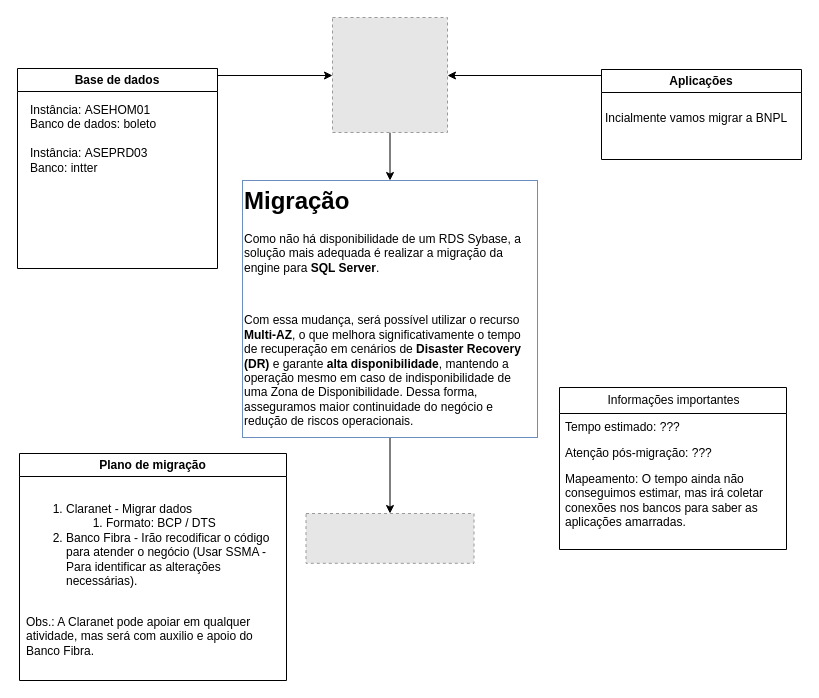
Earlier version of the draw.io diagram Icon/Migracao de banco de dados.drawio (caiohmorais/draw.io). Source tidied: cells renumbered, new cells numbered last; positions are measured from the earlier drawing's top-left corner, leaving out a move shared by most shapes. Both pictures are drawn from the tidied source at 100%, with x=0, y=0 at pixel (17, 17). Pictures stored in the file or linked from it are replaced by grey dashed boxes.
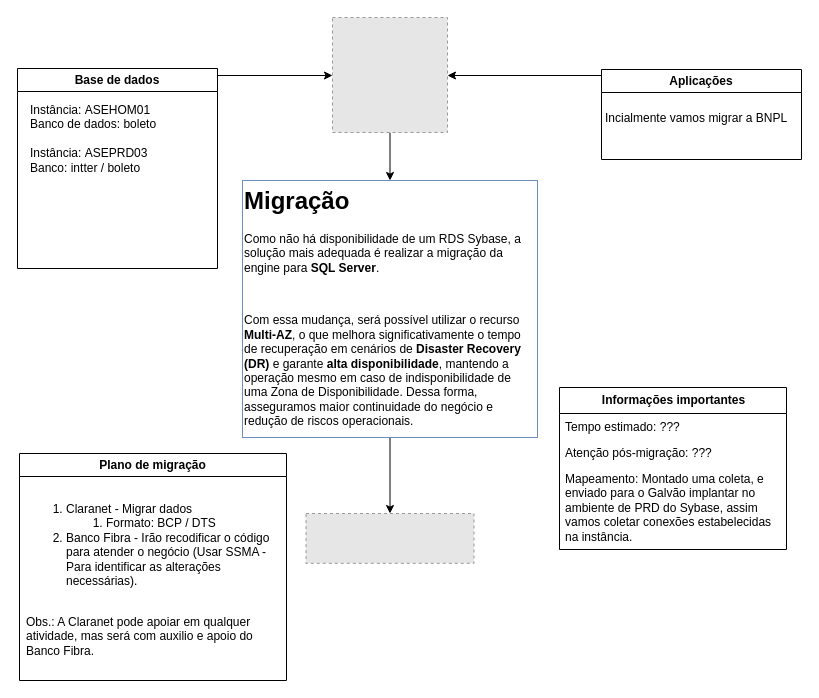
The same page after the edit.

Unchanged cells that the change refers to:
```xml
<mxCell id="5" value="Base de dados" style="swimlane;whiteSpace=wrap;html=1;" parent="1" vertex="1">
  <mxGeometry y="51" width="200" height="200" as="geometry" />
</mxCell>
```

Change to the diagram source:
```diff
@@
-    <mxCell id="6" value="Instância:&amp;nbsp;&lt;span&gt;ASEHOM01&amp;nbsp;&lt;br&gt;Banco de dados: boleto&lt;/span&gt;&lt;div&gt;&lt;br&gt;&lt;/div&gt;&lt;div&gt;Instância:&amp;nbsp;&lt;span style=&quot;background-color: transparent; color: light-dark(rgb(0, 0, 0), rgb(255, 255, 255));&quot;&gt;ASEPRD03&lt;/span&gt;&lt;/div&gt;&lt;div&gt;&lt;span style=&quot;background-color: transparent; color: light-dark(rgb(0, 0, 0), rgb(255, 255, 255));&quot;&gt;Banco:&amp;nbsp;&lt;/span&gt;&lt;span style=&quot;background-color: transparent; color: light-dark(rgb(0, 0, 0), rgb(255, 255, 255));&quot;&gt;intter&lt;/span&gt;&lt;/div&gt;" style="text;html=1;whiteSpace=wrap;strokeColor=none;fillColor=none;align=left;verticalAlign=top;rounded=0;" parent="5" vertex="1">
+    <mxCell id="6" value="Instância:&amp;nbsp;&lt;span&gt;ASEHOM01&amp;nbsp;&lt;br&gt;Banco de dados: boleto&lt;/span&gt;&lt;div&gt;&lt;br&gt;&lt;/div&gt;&lt;div&gt;Instância:&amp;nbsp;&lt;span style=&quot;background-color: transparent; color: light-dark(rgb(0, 0, 0), rgb(255, 255, 255));&quot;&gt;ASEPRD03&lt;/span&gt;&lt;/div&gt;&lt;div&gt;&lt;span style=&quot;background-color: transparent; color: light-dark(rgb(0, 0, 0), rgb(255, 255, 255));&quot;&gt;Banco:&amp;nbsp;&lt;/span&gt;&lt;span style=&quot;background-color: transparent; color: light-dark(rgb(0, 0, 0), rgb(255, 255, 255));&quot;&gt;intter / boleto&lt;/span&gt;&lt;/div&gt;" style="text;html=1;whiteSpace=wrap;strokeColor=none;fillColor=none;align=left;verticalAlign=top;rounded=0;" parent="5" vertex="1">
       <mxGeometry x="11" y="28" width="180" height="159" as="geometry" />
     </mxCell>
@@
-    <mxCell id="15" value="Informações importantes" style="swimlane;fontStyle=0;horizontal=1;startSize=26;fillColor=none;html=1;" parent="1" vertex="1">
+    <mxCell id="15" value="&lt;b&gt;Informações importantes&lt;/b&gt;" style="swimlane;fontStyle=0;horizontal=1;startSize=26;fillColor=none;html=1;" parent="1" vertex="1">
       <mxGeometry x="542" y="370" width="227" height="162" as="geometry" />
     </mxCell>
@@
-    <mxCell id="18" value="Mapeamento: O tempo ainda não conseguimos estimar, mas irá coletar conexões nos bancos para saber as aplicações amarradas." style="text;strokeColor=none;fillColor=none;align=left;verticalAlign=top;spacingLeft=4;spacingRight=4;overflow=hidden;whiteSpace=wrap;html=1;" parent="15" vertex="1">
+    <mxCell id="18" value="Mapeamento: Montado uma coleta, e enviado para o Galvão implantar no ambiente de PRD do Sybase, assim vamos coletar conexões estabelecidas na instância." style="text;strokeColor=none;fillColor=none;align=left;verticalAlign=top;spacingLeft=4;spacingRight=4;overflow=hidden;whiteSpace=wrap;html=1;" parent="15" vertex="1">
       <mxGeometry y="78" width="227" height="84" as="geometry" />
     </mxCell>
```
